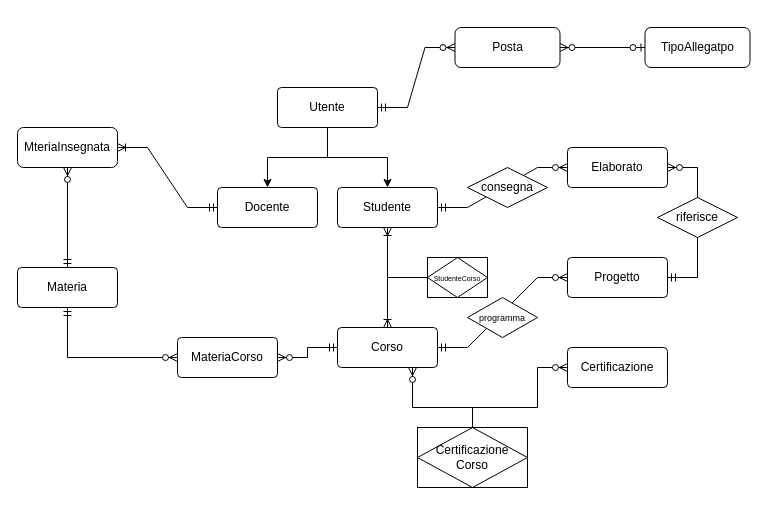
This is src/main/resources/static/InfoSchool_E_R.drawio from FabioSarci/InfoSchool, a draw.io file, before an edit. Source tidied: cells renumbered, new cells numbered last; positions are measured from the earlier drawing's top-left corner, leaving out a move shared by most shapes. Both pictures are drawn from the tidied source at 100%, with x=0, y=0 at pixel (17, 27).
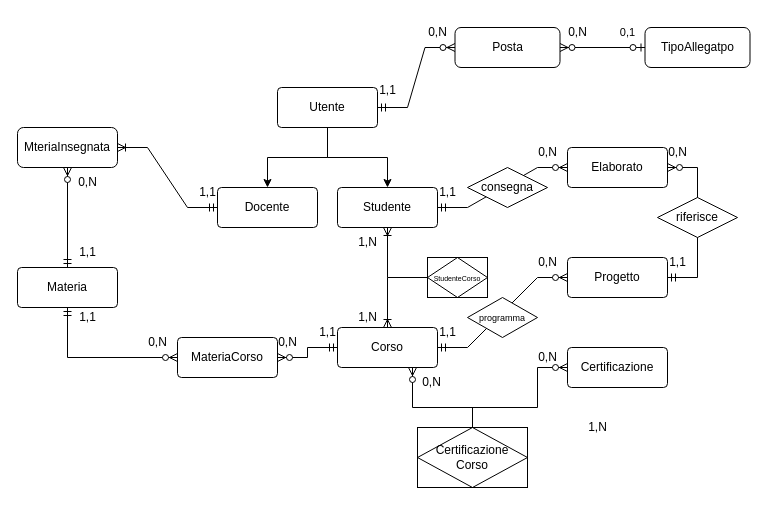
After the change.

Commit message (it also covers changes not shown here):
versione finale modelli

Change to the diagram source:
```diff
@@
+    <mxCell id="35" value="1,1" style="text;html=1;align=center;verticalAlign=middle;strokeColor=none;fillColor=none;" parent="1" vertex="1">
+      <mxGeometry x="350" y="48" width="40" height="30" as="geometry" />
+    </mxCell>
+    <mxCell id="36" value="0,N" style="text;html=1;align=center;verticalAlign=middle;strokeColor=none;fillColor=none;" parent="1" vertex="1">
+      <mxGeometry x="400" y="-10" width="40" height="30" as="geometry" />
+    </mxCell>
+    <mxCell id="37" value="0,N" style="text;html=1;align=center;verticalAlign=middle;strokeColor=none;fillColor=none;" parent="1" vertex="1">
+      <mxGeometry x="540" y="-10" width="40" height="30" as="geometry" />
+    </mxCell>
+    <mxCell id="38" value="&lt;font style=&quot;font-size: 11px;&quot;&gt;0,1&lt;/font&gt;" style="text;html=1;align=center;verticalAlign=middle;strokeColor=none;fillColor=none;" parent="1" vertex="1">
+      <mxGeometry x="590" y="-10" width="40" height="30" as="geometry" />
+    </mxCell>
+    <mxCell id="39" value="1,1" style="text;html=1;align=center;verticalAlign=middle;strokeColor=none;fillColor=none;" parent="1" vertex="1">
+      <mxGeometry x="170" y="150" width="40" height="30" as="geometry" />
+    </mxCell>
+    <mxCell id="40" value="1,N" style="text;html=1;align=center;verticalAlign=middle;strokeColor=none;fillColor=none;" parent="1" vertex="1">
+      <mxGeometry x="330" y="275" width="40" height="30" as="geometry" />
+    </mxCell>
+    <mxCell id="41" value="0,N" style="text;html=1;align=center;verticalAlign=middle;strokeColor=none;fillColor=none;" parent="1" vertex="1">
+      <mxGeometry x="50" y="140" width="40" height="30" as="geometry" />
+    </mxCell>
+    <mxCell id="42" value="1,1" style="text;html=1;align=center;verticalAlign=middle;strokeColor=none;fillColor=none;" parent="1" vertex="1">
+      <mxGeometry x="50" y="210" width="40" height="30" as="geometry" />
+    </mxCell>
+    <mxCell id="43" value="0,N" style="text;html=1;align=center;verticalAlign=middle;strokeColor=none;fillColor=none;" parent="1" vertex="1">
+      <mxGeometry x="120" y="300" width="40" height="30" as="geometry" />
+    </mxCell>
+    <mxCell id="44" value="1,1" style="text;html=1;align=center;verticalAlign=middle;strokeColor=none;fillColor=none;" parent="1" vertex="1">
+      <mxGeometry x="50" y="275" width="40" height="30" as="geometry" />
+    </mxCell>
+    <mxCell id="45" value="0,N" style="text;html=1;align=center;verticalAlign=middle;strokeColor=none;fillColor=none;" parent="1" vertex="1">
+      <mxGeometry x="250" y="300" width="40" height="30" as="geometry" />
+    </mxCell>
+    <mxCell id="46" value="1,1" style="text;html=1;align=center;verticalAlign=middle;strokeColor=none;fillColor=none;" parent="1" vertex="1">
+      <mxGeometry x="290" y="290" width="40" height="30" as="geometry" />
+    </mxCell>
+    <mxCell id="47" value="1,N" style="text;html=1;align=center;verticalAlign=middle;strokeColor=none;fillColor=none;" parent="1" vertex="1">
+      <mxGeometry x="560" y="385" width="40" height="30" as="geometry" />
+    </mxCell>
+    <mxCell id="48" value="1,N" style="text;html=1;align=center;verticalAlign=middle;strokeColor=none;fillColor=none;" parent="1" vertex="1">
+      <mxGeometry x="330" y="200" width="40" height="30" as="geometry" />
+    </mxCell>
+    <mxCell id="49" value="1,1" style="text;html=1;align=center;verticalAlign=middle;strokeColor=none;fillColor=none;" parent="1" vertex="1">
+      <mxGeometry x="410" y="150" width="40" height="30" as="geometry" />
+    </mxCell>
+    <mxCell id="50" value="0,N" style="text;html=1;align=center;verticalAlign=middle;strokeColor=none;fillColor=none;" parent="1" vertex="1">
+      <mxGeometry x="510" y="110" width="40" height="30" as="geometry" />
+    </mxCell>
+    <mxCell id="51" value="0,N" style="text;html=1;align=center;verticalAlign=middle;strokeColor=none;fillColor=none;" parent="1" vertex="1">
+      <mxGeometry x="640" y="110" width="40" height="30" as="geometry" />
+    </mxCell>
+    <mxCell id="52" value="1,1" style="text;html=1;align=center;verticalAlign=middle;strokeColor=none;fillColor=none;" parent="1" vertex="1">
+      <mxGeometry x="640" y="220" width="40" height="30" as="geometry" />
+    </mxCell>
+    <mxCell id="53" value="0,N" style="text;html=1;align=center;verticalAlign=middle;strokeColor=none;fillColor=none;" parent="1" vertex="1">
+      <mxGeometry x="510" y="220" width="40" height="30" as="geometry" />
+    </mxCell>
+    <mxCell id="54" value="1,1" style="text;html=1;align=center;verticalAlign=middle;strokeColor=none;fillColor=none;" parent="1" vertex="1">
+      <mxGeometry x="410" y="290" width="40" height="30" as="geometry" />
+    </mxCell>
+    <mxCell id="55" value="0,N" style="text;html=1;align=center;verticalAlign=middle;strokeColor=none;fillColor=none;" parent="1" vertex="1">
+      <mxGeometry x="510" y="315" width="40" height="30" as="geometry" />
+    </mxCell>
+    <mxCell id="56" value="0,N" style="text;html=1;align=center;verticalAlign=middle;strokeColor=none;fillColor=none;" parent="1" vertex="1">
+      <mxGeometry x="394" y="340" width="40" height="30" as="geometry" />
+    </mxCell>
```
